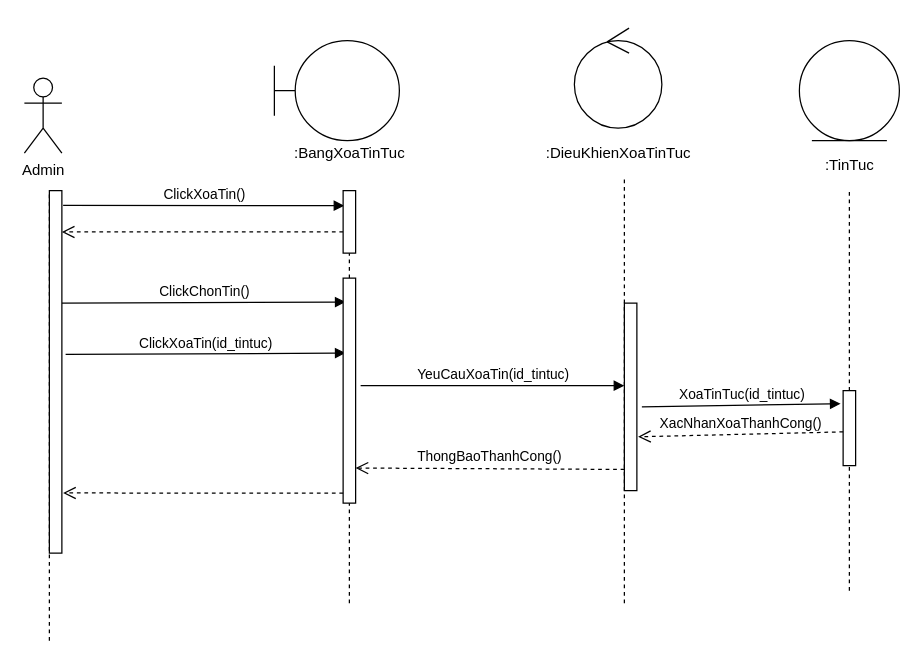
hoangminh15/PTTKHT keeps this draw.io diagram as Sequence/XoaTinTuc.drawio. Above is the earlier version. Source tidied: cells renumbered, new cells numbered last; positions are measured from the earlier drawing's top-left corner, leaving out a move shared by most shapes. Both pictures are drawn from the tidied source at 125%, with x=0, y=0 at pixel (24, 28).
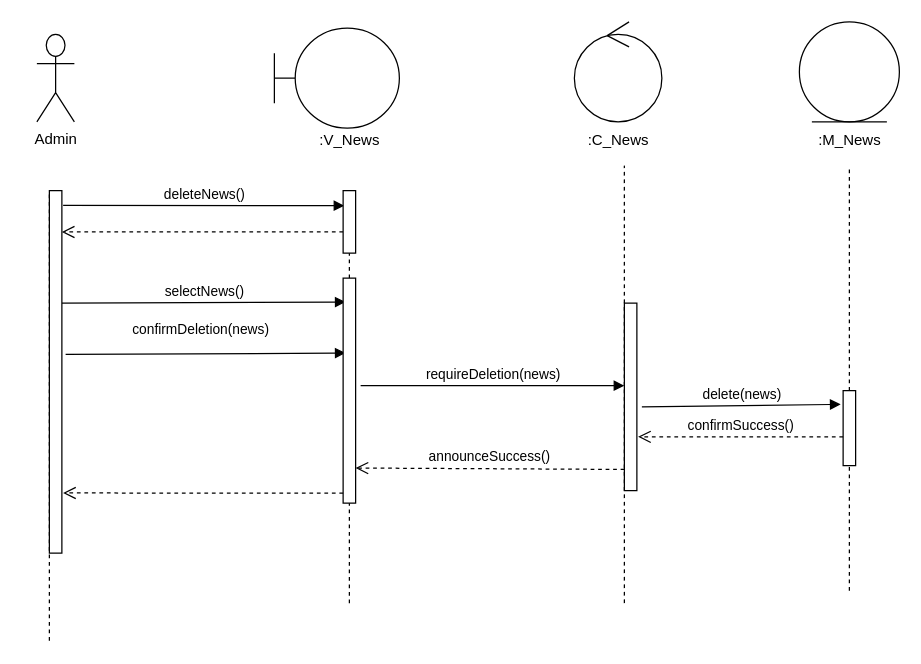
After the change.

The change refers to these unchanged cells:
```xml
<mxCell id="14" style="html=1;points=[];perimeter=orthogonalPerimeter;" parent="1" vertex="1">
  <mxGeometry x="255" y="130" width="10" height="50" as="geometry" />
</mxCell>
<mxCell id="16" style="html=1;points=[];perimeter=orthogonalPerimeter;" parent="1" vertex="1">
  <mxGeometry x="20" y="130" width="10" height="290" as="geometry" />
</mxCell>
<mxCell id="17" style="html=1;points=[];perimeter=orthogonalPerimeter;" parent="1" vertex="1">
  <mxGeometry x="255" y="200" width="10" height="180" as="geometry" />
</mxCell>
<mxCell id="21" style="html=1;points=[];perimeter=orthogonalPerimeter;" parent="1" vertex="1">
  <mxGeometry x="480" y="220" width="10" height="150" as="geometry" />
</mxCell>
<mxCell id="27" style="html=1;points=[];perimeter=orthogonalPerimeter;" parent="1" vertex="1">
  <mxGeometry x="655" y="290" width="10" height="60" as="geometry" />
</mxCell>
```

Diff of the diagram source:
```diff
@@
-    <mxCell id="2" value="ClickXoaTin()" style="html=1;verticalAlign=bottom;endArrow=block;exitX=1.1;exitY=0.041;exitDx=0;exitDy=0;exitPerimeter=0;entryX=0.1;entryY=0.24;entryDx=0;entryDy=0;entryPerimeter=0;" parent="1" edge="1" source="16" target="14">
+    <mxCell id="2" value="deleteNews()" style="html=1;verticalAlign=bottom;endArrow=block;exitX=1.1;exitY=0.041;exitDx=0;exitDy=0;exitPerimeter=0;entryX=0.1;entryY=0.24;entryDx=0;entryDy=0;entryPerimeter=0;" parent="1" edge="1" source="16" target="14">
       <mxGeometry relative="1" as="geometry" />
     </mxCell>
@@
-    <mxCell id="4" value="ClickChonTin()" style="html=1;verticalAlign=bottom;endArrow=block;exitX=1;exitY=0.345;exitDx=0;exitDy=0;exitPerimeter=0;entryX=0.2;entryY=0.106;entryDx=0;entryDy=0;entryPerimeter=0;" parent="1" edge="1" target="17">
+    <mxCell id="4" value="selectNews()" style="html=1;verticalAlign=bottom;endArrow=block;exitX=1;exitY=0.345;exitDx=0;exitDy=0;exitPerimeter=0;entryX=0.2;entryY=0.106;entryDx=0;entryDy=0;entryPerimeter=0;" parent="1" edge="1" target="17">
       <mxGeometry relative="1" as="geometry">
         <mxPoint x="30" y="220" as="sourcePoint" />
       </mxGeometry>
     </mxCell>
-    <mxCell id="5" value="ClickXoaTin(id_tintuc)" style="html=1;verticalAlign=bottom;endArrow=block;exitX=1.3;exitY=0.452;exitDx=0;exitDy=0;exitPerimeter=0;entryX=0.2;entryY=0.333;entryDx=0;entryDy=0;entryPerimeter=0;" parent="1" edge="1" source="16" target="17">
-      <mxGeometry relative="1" as="geometry" />
+    <mxCell id="5" value="confirmDeletion(news)" style="html=1;verticalAlign=bottom;endArrow=block;exitX=1.3;exitY=0.452;exitDx=0;exitDy=0;exitPerimeter=0;entryX=0.2;entryY=0.333;entryDx=0;entryDy=0;entryPerimeter=0;" parent="1" edge="1" source="16" target="17">
+      <mxGeometry x="-0.04" y="11" relative="1" as="geometry" />
     </mxCell>
-    <mxCell id="6" value="YeuCauXoaTin(id_tintuc)" style="html=1;verticalAlign=bottom;endArrow=block;exitX=1.4;exitY=0.478;exitDx=0;exitDy=0;exitPerimeter=0;" parent="1" edge="1" source="17" target="21">
+    <mxCell id="6" value="requireDeletion(news)" style="html=1;verticalAlign=bottom;endArrow=block;exitX=1.4;exitY=0.478;exitDx=0;exitDy=0;exitPerimeter=0;" parent="1" edge="1" source="17" target="21">
       <mxGeometry relative="1" as="geometry" />
     </mxCell>
-    <mxCell id="7" value="ThongBaoThanhCong()" style="html=1;verticalAlign=bottom;endArrow=open;dashed=1;endSize=8;exitX=0;exitY=0.887;exitDx=0;exitDy=0;exitPerimeter=0;entryX=1;entryY=0.844;entryDx=0;entryDy=0;entryPerimeter=0;" parent="1" edge="1" source="21" target="17">
+    <mxCell id="7" value="announceSuccess()" style="html=1;verticalAlign=bottom;endArrow=open;dashed=1;endSize=8;exitX=0;exitY=0.887;exitDx=0;exitDy=0;exitPerimeter=0;entryX=1;entryY=0.844;entryDx=0;entryDy=0;entryPerimeter=0;" parent="1" edge="1" source="21" target="17">
       <mxGeometry relative="1" as="geometry" />
     </mxCell>
-    <mxCell id="8" value=":BangXoaTinTuc" style="text;html=1;align=center;verticalAlign=middle;" parent="1" vertex="1">
-      <mxGeometry x="210" y="90" width="100" height="20" as="geometry" />
+    <mxCell id="8" value=":V_News" style="text;html=1;align=center;verticalAlign=middle;" parent="1" vertex="1">
+      <mxGeometry x="230" y="80" width="60" height="20" as="geometry" />
     </mxCell>
-    <mxCell id="9" value=":DieuKhienXoaTinTuc" style="text;html=1;align=center;verticalAlign=middle;points=[];" parent="1" vertex="1">
-      <mxGeometry x="410" y="90" width="130" height="20" as="geometry" />
+    <mxCell id="9" value=":C_News" style="text;html=1;align=center;verticalAlign=middle;points=[];" parent="1" vertex="1">
+      <mxGeometry x="445" y="80" width="60" height="20" as="geometry" />
     </mxCell>
     <mxCell id="10" value="Admin" style="shape=umlActor;verticalLabelPosition=bottom;verticalAlign=top;html=1;" parent="1" vertex="1">
-      <mxGeometry y="40" width="30" height="60" as="geometry" />
+      <mxGeometry x="10" y="5" width="30" height="70" as="geometry" />
     </mxCell>
@@
     <mxCell id="12" style="shape=umlBoundary;whiteSpace=wrap;html=1;" parent="1" vertex="1">
-      <mxGeometry x="200" y="10" width="100" height="80" as="geometry" />
+      <mxGeometry x="200" width="100" height="80" as="geometry" />
     </mxCell>
@@
     <mxCell id="19" style="ellipse;shape=umlControl;whiteSpace=wrap;html=1;" parent="1" vertex="1">
-      <mxGeometry x="440" width="70" height="80" as="geometry" />
+      <mxGeometry x="440" y="-5" width="70" height="80" as="geometry" />
     </mxCell>
-    <mxCell id="20" style="endArrow=none;dashed=1;html=1;" parent="1" edge="1">
+    <mxCell id="20" style="endArrow=none;dashed=1;html=1;entryX=0.583;entryY=1.5;entryDx=0;entryDy=0;entryPerimeter=0;" parent="1" edge="1" target="9">
       <mxGeometry relative="1" as="geometry">
         <mxPoint x="480" y="460" as="sourcePoint" />
-        <mxPoint x="480" y="120" as="targetPoint" />
       </mxGeometry>
     </mxCell>
@@
     <mxCell id="23" style="ellipse;shape=umlEntity;whiteSpace=wrap;html=1;" parent="1" vertex="1">
-      <mxGeometry x="620" y="10" width="80" height="80" as="geometry" />
+      <mxGeometry x="620" y="-5" width="80" height="80" as="geometry" />
     </mxCell>
-    <mxCell id="24" value=":TinTuc" style="text;html=1;align=center;verticalAlign=middle;" parent="1" vertex="1">
-      <mxGeometry x="635" y="100" width="50" height="20" as="geometry" />
+    <mxCell id="24" value=":M_News" style="text;html=1;align=center;verticalAlign=middle;" parent="1" vertex="1">
+      <mxGeometry x="630" y="80" width="60" height="20" as="geometry" />
     </mxCell>
     <mxCell id="25" style="endArrow=none;dashed=1;html=1;" parent="1" edge="1" source="27">
       <mxGeometry relative="1" as="geometry">
-        <mxPoint x="660" y="130" as="targetPoint" />
+        <mxPoint x="660" y="110" as="targetPoint" />
       </mxGeometry>
     </mxCell>
-    <mxCell id="26" value="XoaTinTuc(id_tintuc)" style="html=1;verticalAlign=bottom;endArrow=block;exitX=1.4;exitY=0.553;exitDx=0;exitDy=0;exitPerimeter=0;entryX=-0.2;entryY=0.175;entryDx=0;entryDy=0;entryPerimeter=0;" parent="1" edge="1" source="21" target="27">
-      <mxGeometry relative="1" as="geometry" />
+    <mxCell id="26" value="delete(news)" style="html=1;verticalAlign=bottom;endArrow=block;exitX=1.4;exitY=0.553;exitDx=0;exitDy=0;exitPerimeter=0;" parent="1" edge="1" source="21">
+      <mxGeometry relative="1" as="geometry">
+        <mxPoint x="653" y="301" as="targetPoint" />
+      </mxGeometry>
     </mxCell>
@@
-    <mxCell id="29" value="&lt;div&gt;XacNhanXoaThanhCong()&lt;/div&gt;" style="html=1;verticalAlign=bottom;endArrow=open;dashed=1;endSize=8;exitX=0;exitY=0.55;exitDx=0;exitDy=0;exitPerimeter=0;entryX=1.1;entryY=0.713;entryDx=0;entryDy=0;entryPerimeter=0;" parent="1" edge="1" source="27" target="21">
-      <mxGeometry relative="1" as="geometry" />
+    <mxCell id="29" value="&lt;div&gt;confirmSuccess()&lt;/div&gt;" style="html=1;verticalAlign=bottom;endArrow=open;dashed=1;endSize=8;entryX=1.1;entryY=0.713;entryDx=0;entryDy=0;entryPerimeter=0;" parent="1" edge="1" target="21">
+      <mxGeometry relative="1" as="geometry">
+        <mxPoint x="655" y="327" as="sourcePoint" />
+      </mxGeometry>
     </mxCell>
```
